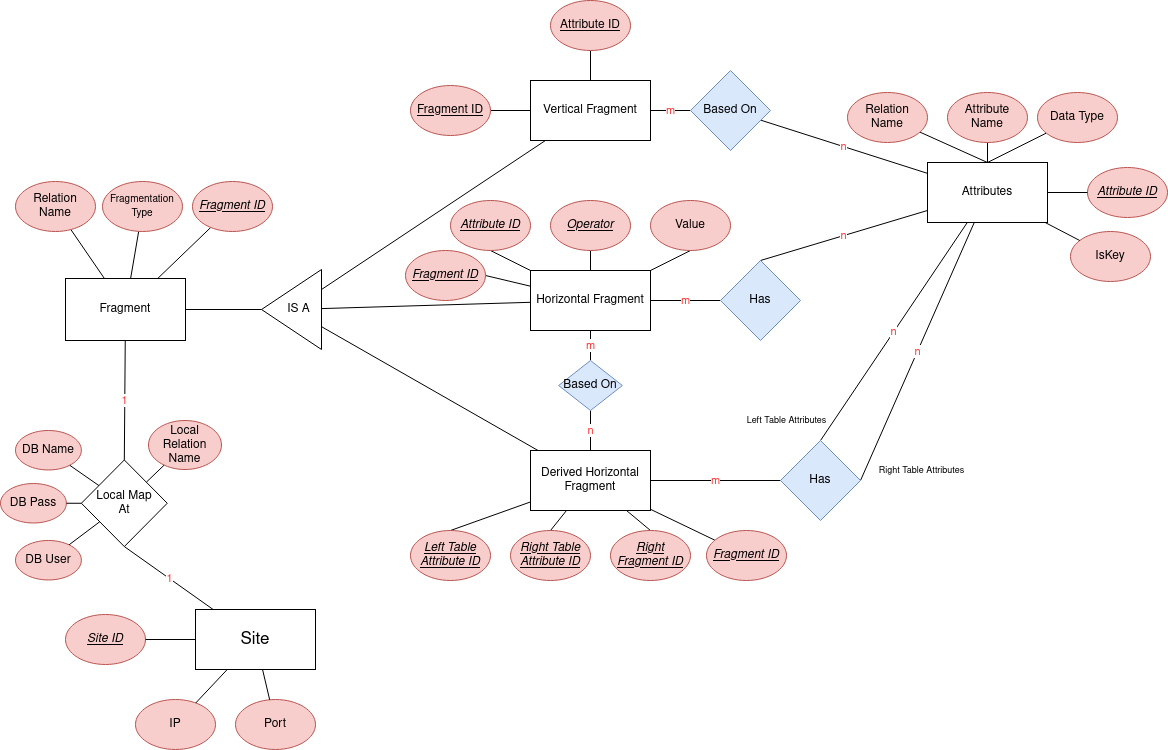
Earlier version of the draw.io export Architecture Diagrams/System Catalogue-ER Diagram.png (alti-tude/distributed_dbms). Source tidied: cells renumbered, new cells last; positions are measured from the earlier drawing's top-left corner, leaving out a move shared by most shapes.
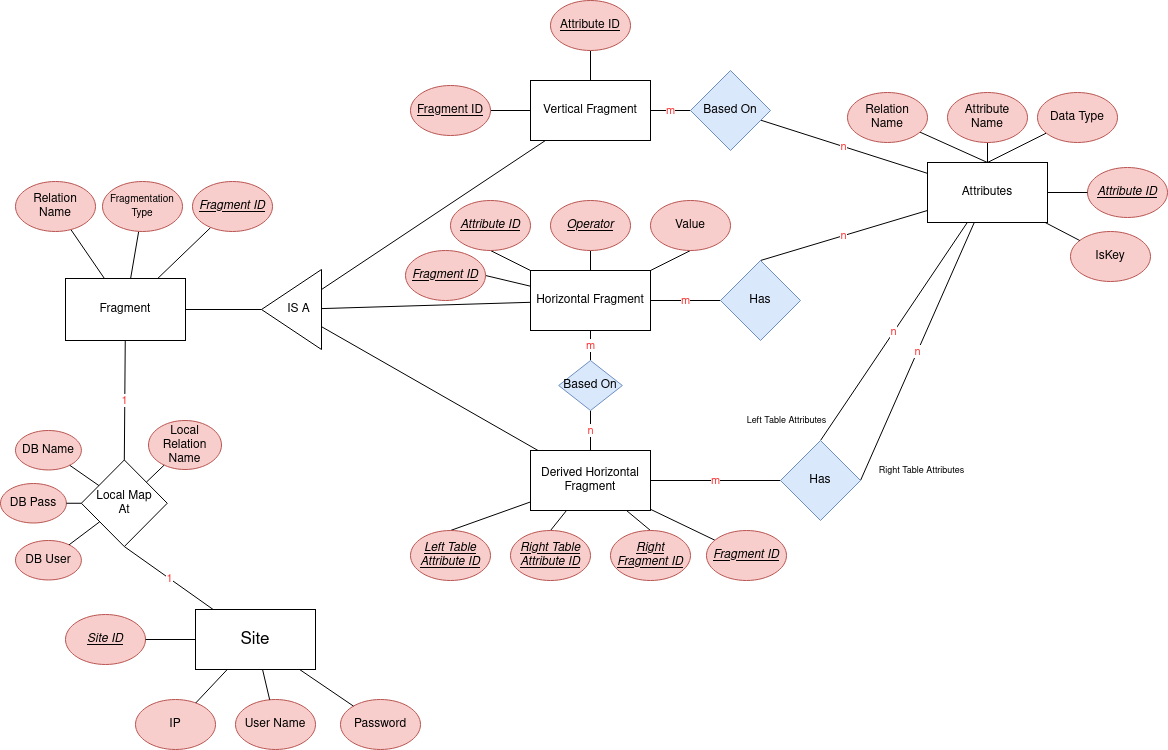
The same diagram one commit later.

Change to the diagram source:
```diff
@@ -236,7 +236,7 @@
     <mxCell id="79" style="edgeStyle=none;rounded=0;jettySize=auto;html=1;endArrow=none;endFill=0;" parent="74" edge="1" source="75" target="78">
       <mxGeometry relative="1" as="geometry" />
     </mxCell>
-    <mxCell id="80" value="Port" style="ellipse;whiteSpace=wrap;html=1;fillColor=#f8cecc;strokeColor=#b85450;" parent="74" vertex="1">
+    <mxCell id="80" value="User Name" style="ellipse;whiteSpace=wrap;html=1;fillColor=#f8cecc;strokeColor=#b85450;" parent="74" vertex="1">
       <mxGeometry x="170" y="90" width="80" height="50" as="geometry" />
     </mxCell>
     <mxCell id="81" style="edgeStyle=none;rounded=0;jettySize=auto;html=1;endArrow=none;endFill=0;" parent="74" edge="1" source="75" target="80">
@@ -257,5 +257,11 @@
     <mxCell id="86" style="rounded=0;jettySize=auto;html=1;endArrow=none;endFill=0;" parent="1" edge="1" source="62" target="85">
       <mxGeometry relative="1" as="geometry" />
     </mxCell>
+    <mxCell id="87" value="Password" style="ellipse;whiteSpace=wrap;html=1;fillColor=#f8cecc;strokeColor=#b85450;" parent="1" vertex="1">
+      <mxGeometry x="340" y="699" width="80" height="50" as="geometry" />
+    </mxCell>
+    <mxCell id="88" style="edgeStyle=none;rounded=0;jettySize=auto;html=1;endArrow=none;endFill=0;" parent="1" edge="1" source="75" target="87">
+      <mxGeometry relative="1" as="geometry" />
+    </mxCell>
   </root>
 </mxGraphModel>
```
